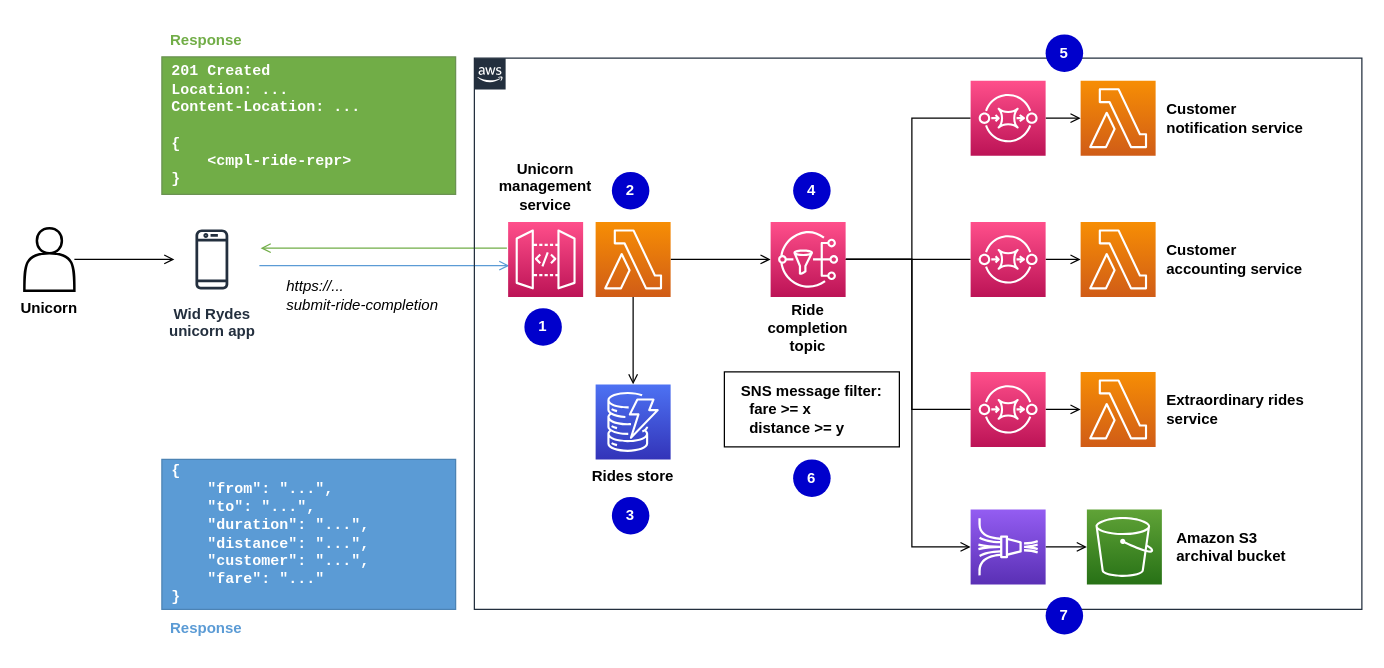
Earlier version of the draw.io diagram page "use-case-2-architecture" (2 of 2) of images/x-ray-sns-tracing-integration.drawio (aws-samples/sns-xray-active-tracing-blog-source-code). Source tidied: cells renumbered, new cells numbered last; positions are measured from the earlier drawing's top-left corner, leaving out a move shared by most shapes. Both pictures are drawn from the tidied source at 125%, with x=0, y=0 at pixel (24, 21).
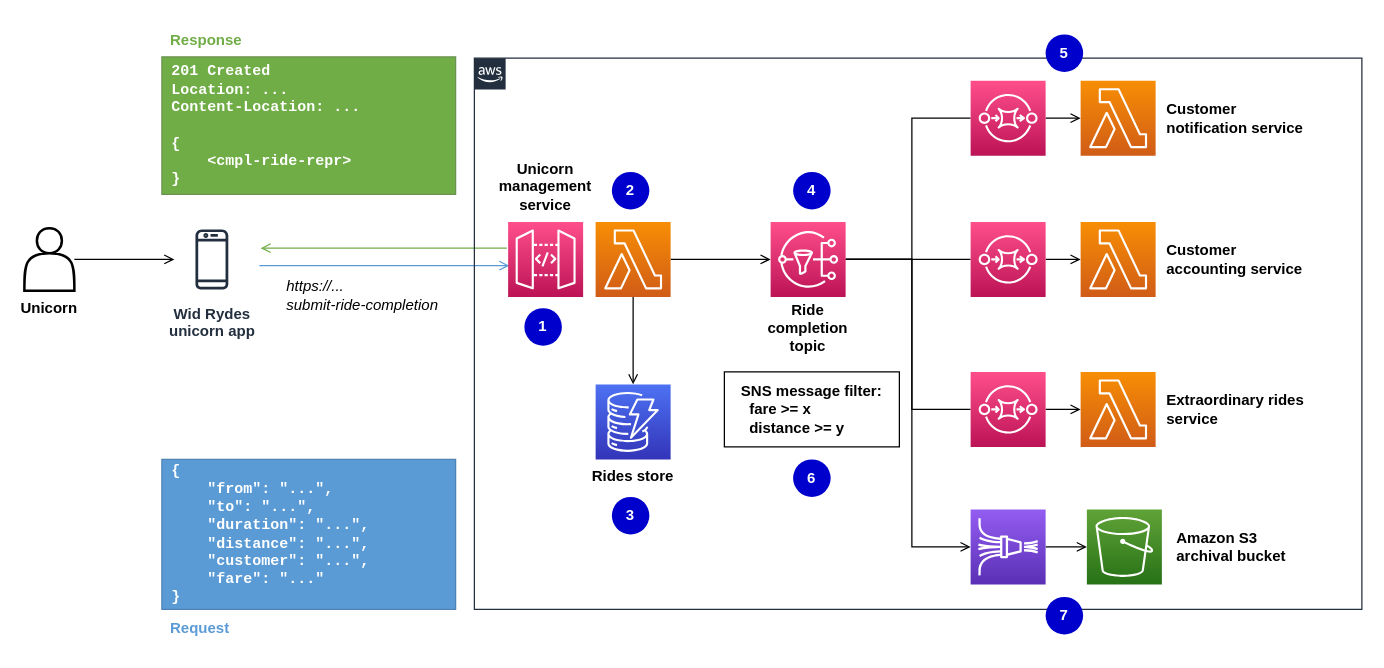
Above is the later version.

Commit message (it also covers changes not shown here):
Fix: replace Response by Request

The change refers to these unchanged cells:
```xml
<mxCell id="9" style="group;" parent="1" vertex="1">
  <mxGeometry x="110" y="350" width="235" height="150" as="geometry" />
</mxCell>
```

What changed in the source:
```diff
@@
-    <mxCell id="11" value="&lt;font color=&quot;#5b9bd5&quot;&gt;Response&lt;/font&gt;" style="text;html=1;strokeColor=none;fillColor=none;align=left;verticalAlign=middle;whiteSpace=wrap;rounded=0;labelBackgroundColor=none;labelBorderColor=none;fontFamily=Helvetica;fontColor=#71AD47;fontStyle=1;" parent="9" vertex="1">
+    <mxCell id="11" value="&lt;font color=&quot;#5b9bd5&quot;&gt;Request&lt;/font&gt;" style="text;html=1;strokeColor=none;fillColor=none;align=left;verticalAlign=middle;whiteSpace=wrap;rounded=0;labelBackgroundColor=none;labelBorderColor=none;fontFamily=Helvetica;fontColor=#71AD47;fontStyle=1;" parent="9" vertex="1">
       <mxGeometry x="5" y="120" width="60" height="30" as="geometry" />
     </mxCell>
```
